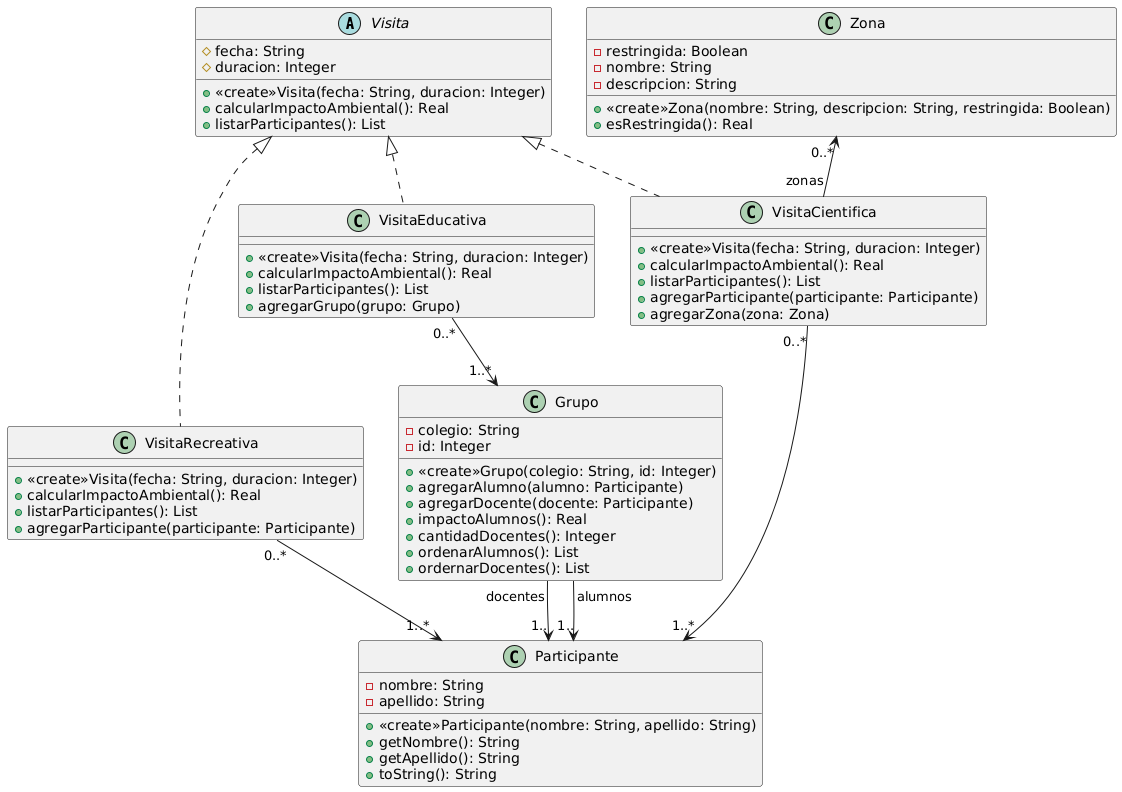
Earlier version of the PlantUML export Practicas2025/ImpactoAmbiental/UML.png (estanivege98/OO12024).
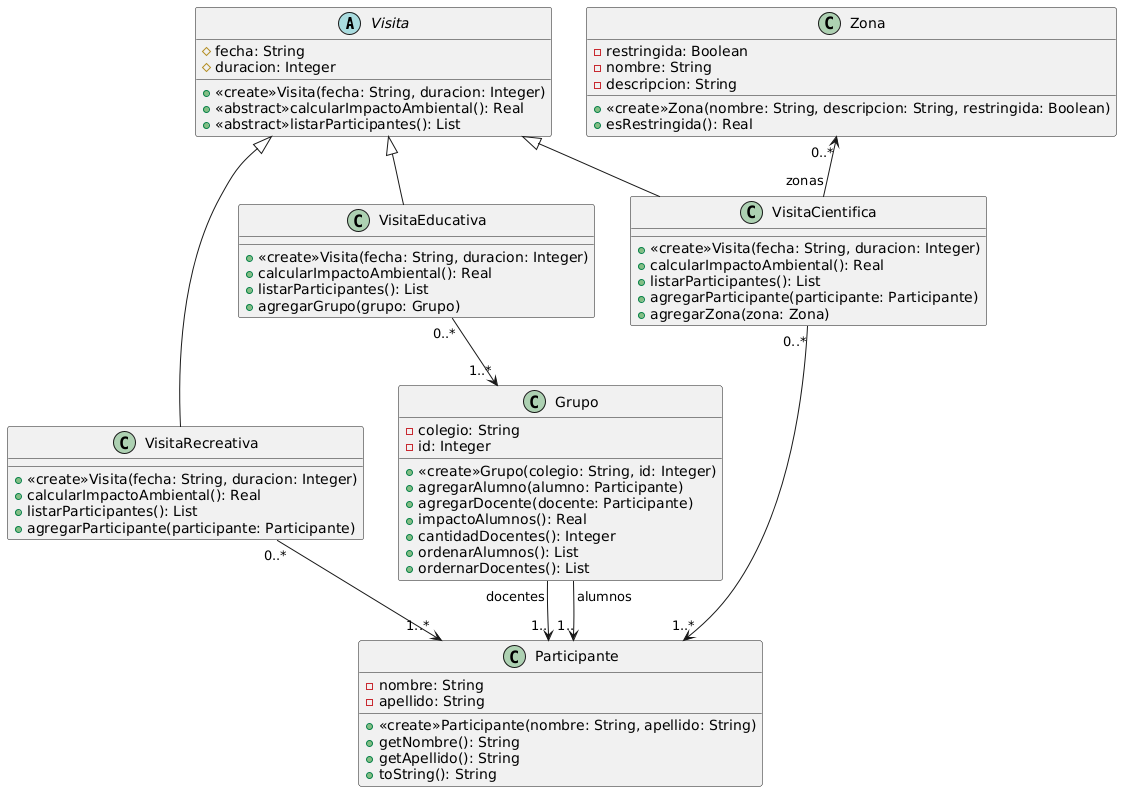
The same diagram one commit later.

Commit message:
UML Modificado

Change to the diagram source:
```diff
@@ -3,8 +3,8 @@
 #fecha: String
 #duracion: Integer
 +<<create>>Visita(fecha: String, duracion: Integer)
-+calcularImpactoAmbiental(): Real
-+listarParticipantes(): List
++<<abstract>>calcularImpactoAmbiental(): Real
++<<abstract>>listarParticipantes(): List
 }
 class VisitaRecreativa{
 +<<create>>Visita(fecha: String, duracion: Integer)
@@ -52,9 +52,9 @@
 +esRestringida(): Real
 }
 
-Visita <|.. VisitaRecreativa
-Visita <|.. VisitaEducativa
-Visita <|.. VisitaCientifica
+Visita <|-- VisitaRecreativa
+Visita <|-- VisitaEducativa
+Visita <|-- VisitaCientifica
 Zona "0..*"<--"zonas" VisitaCientifica
 VisitaCientifica "0..*"-->"1..*" Participante
 VisitaRecreativa "0..*"-->"1..*" Participante
```
